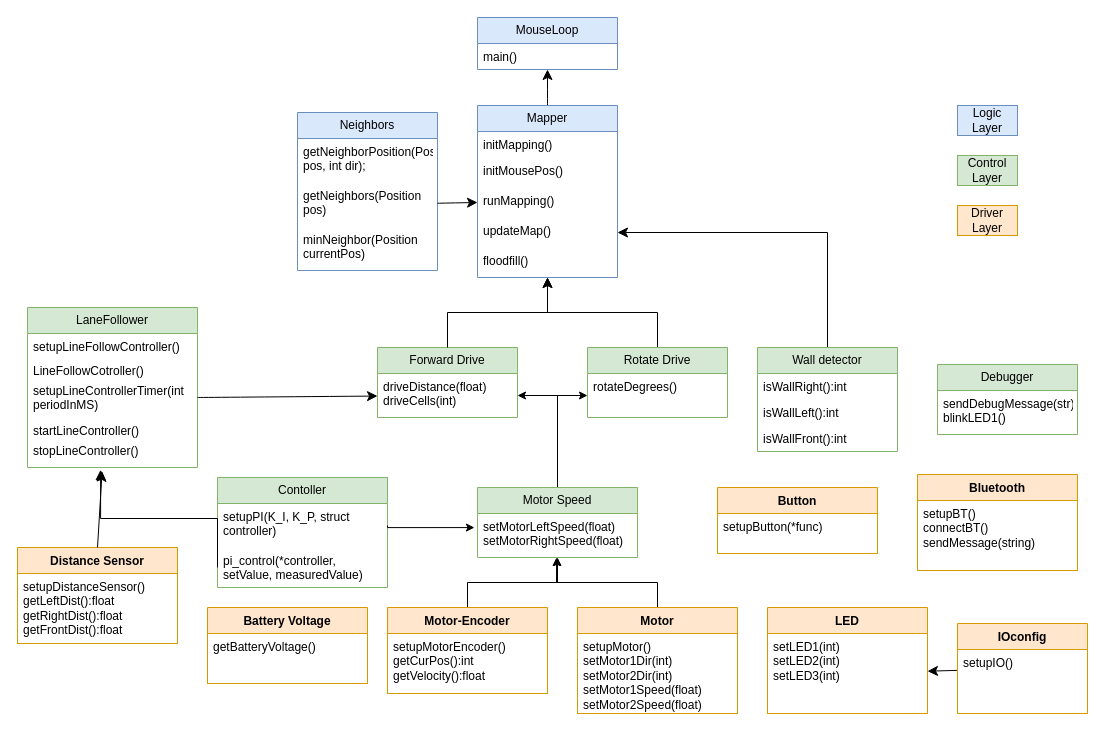
Above: draft/final_class_diagram.drawio in AminSeffo/Micromouse (draw.io), before the change. Source tidied: cells renumbered, new cells numbered last; positions are measured from the earlier drawing's top-left corner, leaving out a move shared by most shapes. Both pictures are drawn from the tidied source at 100%, with x=0, y=0 at pixel (17, 17).
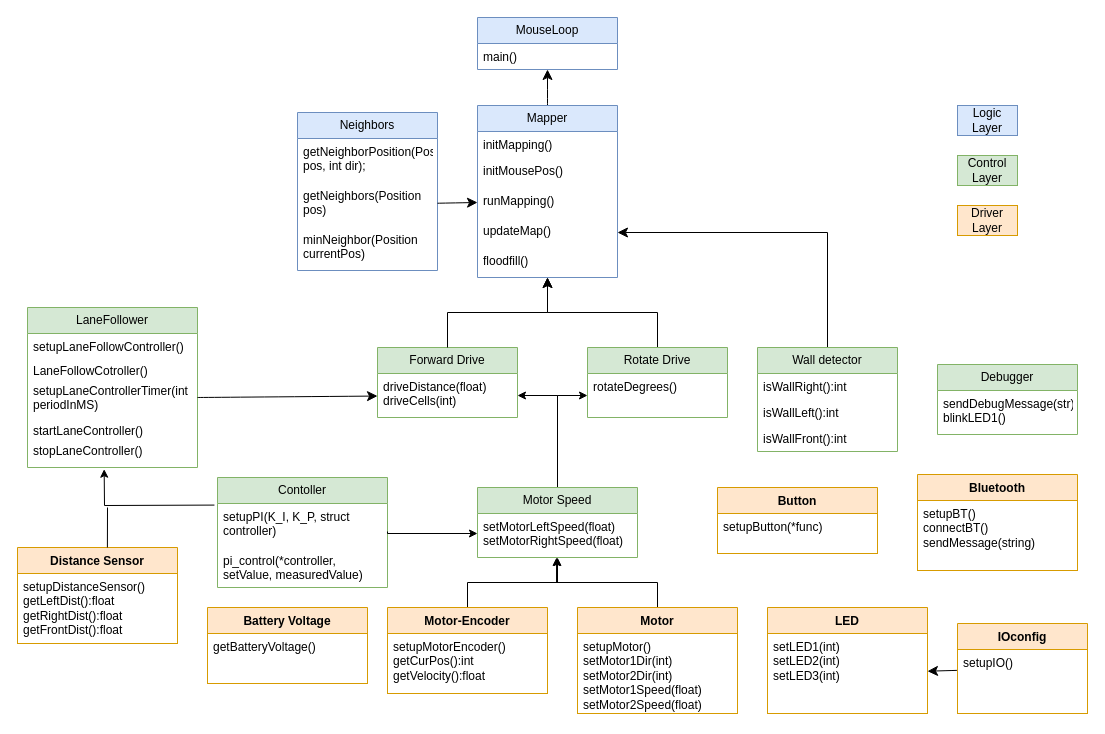
The same page after the edit.

The change refers to these unchanged cells:
```xml
<mxCell id="7" value="Distance Sensor" style="swimlane;fontStyle=1;align=center;verticalAlign=top;horizontal=1;startSize=26;whiteSpace=wrap;html=1;fillColor=#ffe6cc;strokeColor=#d79b00;" parent="1" vertex="1">
  <mxGeometry y="530" width="160" height="96" as="geometry" />
</mxCell>
<mxCell id="21" value="setMotorLeftSpeed(float)&lt;br&gt;setMotorRightSpeed(float)&lt;br&gt;" style="text;strokeColor=none;fillColor=none;align=left;verticalAlign=top;spacingLeft=4;spacingRight=4;overflow=hidden;points=[[0,0.5],[1,0.5]];portConstraint=eastwest;whiteSpace=wrap;html=1;" parent="20" vertex="1">
  <mxGeometry y="26" width="160" height="44" as="geometry" />
</mxCell>
<mxCell id="35" value="setupPI(K_I, K_P, struct controller)" style="text;strokeColor=none;fillColor=none;align=left;verticalAlign=top;spacingLeft=4;spacingRight=4;overflow=hidden;points=[[0,0.5],[1,0.5]];portConstraint=eastwest;whiteSpace=wrap;html=1;" parent="34" vertex="1">
  <mxGeometry y="26" width="170" height="44" as="geometry" />
</mxCell>
<mxCell id="36" value="pi_control(*controller, setValue, measuredValue)" style="text;strokeColor=none;fillColor=none;align=left;verticalAlign=top;spacingLeft=4;spacingRight=4;overflow=hidden;points=[[0,0.5],[1,0.5]];portConstraint=eastwest;whiteSpace=wrap;html=1;" parent="34" vertex="1">
  <mxGeometry y="70" width="170" height="40" as="geometry" />
</mxCell>
<mxCell id="53" value="LaneFollower" style="swimlane;fontStyle=0;horizontal=1;startSize=26;fillColor=#d5e8d4;whiteSpace=wrap;html=1;strokeColor=#82b366;" parent="1" vertex="1">
  <mxGeometry x="10" y="290" width="170" height="160" as="geometry" />
</mxCell>
```

What changed in the source:
```diff
@@
-    <mxCell id="37" style="edgeStyle=orthogonalEdgeStyle;rounded=0;jettySize=auto;html=1;exitX=1;exitY=0.5;exitDx=0;exitDy=0;entryX=-0.019;entryY=0.32;entryDx=0;entryDy=0;entryPerimeter=0;" parent="1" edge="1" source="35" target="21">
+    <mxCell id="37" style="edgeStyle=orthogonalEdgeStyle;rounded=0;orthogonalLoop=1;jettySize=auto;html=1;entryX=-0.019;entryY=0.32;entryDx=0;entryDy=0;entryPerimeter=0;" parent="1" edge="1">
       <mxGeometry relative="1" as="geometry">
+        <mxPoint x="370" y="514" as="sourcePoint" />
+        <mxPoint x="460" y="516" as="targetPoint" />
         <Array as="points">
-          <mxPoint x="370" y="510" />
+          <mxPoint x="370" y="516" />
         </Array>
       </mxGeometry>
     </mxCell>
@@
-    <mxCell id="54" value="setupLineFollowController()" style="text;strokeColor=none;fillColor=none;align=left;verticalAlign=top;spacingLeft=4;spacingRight=4;overflow=hidden;whiteSpace=wrap;html=1;" parent="53" vertex="1">
+    <mxCell id="54" value="setupLaneFollowController()" style="text;strokeColor=none;fillColor=none;align=left;verticalAlign=top;spacingLeft=4;spacingRight=4;overflow=hidden;whiteSpace=wrap;html=1;" parent="53" vertex="1">
       <mxGeometry y="26" width="170" height="24" as="geometry" />
     </mxCell>
-    <mxCell id="55" value="LineFollowCotroller()" style="text;strokeColor=none;fillColor=none;align=left;verticalAlign=top;spacingLeft=4;spacingRight=4;overflow=hidden;whiteSpace=wrap;html=1;" parent="53" vertex="1">
+    <mxCell id="55" value="LaneFollowCotroller()" style="text;strokeColor=none;fillColor=none;align=left;verticalAlign=top;spacingLeft=4;spacingRight=4;overflow=hidden;whiteSpace=wrap;html=1;" parent="53" vertex="1">
       <mxGeometry y="50" width="170" height="20" as="geometry" />
     </mxCell>
-    <mxCell id="56" value="setupLineControllerTimer(int periodInMS)" style="text;strokeColor=none;fillColor=none;align=left;verticalAlign=top;spacingLeft=4;spacingRight=4;overflow=hidden;points=[[0,0.5],[1,0.5]];portConstraint=eastwest;whiteSpace=wrap;html=1;" parent="53" vertex="1">
+    <mxCell id="56" value="setupLaneControllerTimer(int periodInMS)" style="text;strokeColor=none;fillColor=none;align=left;verticalAlign=top;spacingLeft=4;spacingRight=4;overflow=hidden;points=[[0,0.5],[1,0.5]];portConstraint=eastwest;whiteSpace=wrap;html=1;" parent="53" vertex="1">
       <mxGeometry y="70" width="170" height="40" as="geometry" />
     </mxCell>
-    <mxCell id="57" value="startLineController()" style="text;strokeColor=none;fillColor=none;align=left;verticalAlign=top;spacingLeft=4;spacingRight=4;overflow=hidden;whiteSpace=wrap;html=1;" parent="53" vertex="1">
+    <mxCell id="57" value="startLaneController()" style="text;strokeColor=none;fillColor=none;align=left;verticalAlign=top;spacingLeft=4;spacingRight=4;overflow=hidden;whiteSpace=wrap;html=1;" parent="53" vertex="1">
       <mxGeometry y="110" width="170" height="20" as="geometry" />
     </mxCell>
-    <mxCell id="58" value="stopLineController()" style="text;strokeColor=none;fillColor=none;align=left;verticalAlign=top;spacingLeft=4;spacingRight=4;overflow=hidden;points=[[0,0.5],[1,0.5]];portConstraint=eastwest;whiteSpace=wrap;html=1;" parent="53" vertex="1">
+    <mxCell id="58" value="stopLaneController()" style="text;strokeColor=none;fillColor=none;align=left;verticalAlign=top;spacingLeft=4;spacingRight=4;overflow=hidden;points=[[0,0.5],[1,0.5]];portConstraint=eastwest;whiteSpace=wrap;html=1;" parent="53" vertex="1">
       <mxGeometry y="130" width="170" height="30" as="geometry" />
     </mxCell>
@@
-    <mxCell id="60" style="rounded=0;jettySize=auto;html=1;entryX=0.439;entryY=1.124;entryDx=0;entryDy=0;entryPerimeter=0;fontSize=12;startSize=8;endSize=8;exitX=0.5;exitY=0;exitDx=0;exitDy=0;" parent="1" edge="1" source="7" target="58">
-      <mxGeometry relative="1" as="geometry" />
-    </mxCell>
-    <mxCell id="61" style="edgeStyle=elbowEdgeStyle;rounded=0;jettySize=auto;html=1;entryX=0.43;entryY=1.076;entryDx=0;entryDy=0;entryPerimeter=0;fontSize=12;startSize=8;endSize=8;exitX=0;exitY=0.5;exitDx=0;exitDy=0;elbow=vertical;" parent="1" edge="1" source="36" target="58">
-      <mxGeometry relative="1" as="geometry" />
-    </mxCell>
@@
+    <mxCell id="68" style="endArrow=classic;html=1;rounded=0;entryX=0.451;entryY=1.057;entryDx=0;entryDy=0;entryPerimeter=0;exitX=-0.018;exitY=0.036;exitDx=0;exitDy=0;exitPerimeter=0;" parent="1" edge="1" source="35" target="58">
+      <mxGeometry relative="1" as="geometry">
+        <Array as="points">
+          <mxPoint x="87" y="488" />
+        </Array>
+      </mxGeometry>
+    </mxCell>
+    <mxCell id="69" style="endArrow=none;html=1;rounded=0;exitX=0.562;exitY=0.009;exitDx=0;exitDy=0;exitPerimeter=0;" parent="1" edge="1">
+      <mxGeometry relative="1" as="geometry">
+        <mxPoint x="89.9" y="530" as="sourcePoint" />
+        <mxPoint x="90" y="490" as="targetPoint" />
+      </mxGeometry>
+    </mxCell>
```
